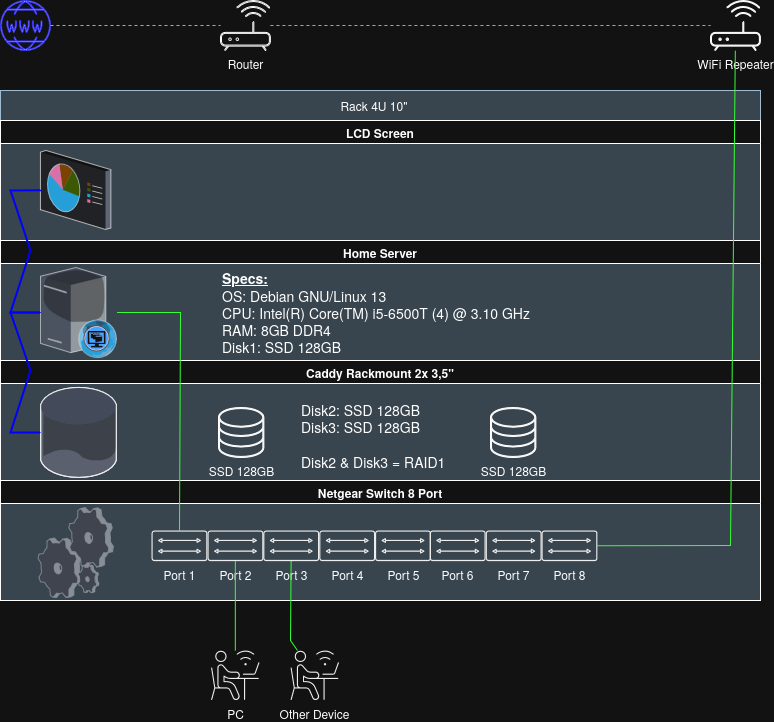
Knuspii/home-server keeps this draw.io diagram as assets/HomeLab.drawio.png. Above is the earlier version. Source tidied: cells renumbered, new cells last; positions are measured from the earlier drawing's top-left corner, leaving out a move shared by most shapes. Source of this version:
```xml
<mxGraphModel>
  <root>
    <mxCell id="0" />
    <mxCell id="1" parent="0" />
    <mxCell id="2" style="rounded=0;whiteSpace=wrap;html=1;fillColor=#bac8d3;strokeColor=#23445d;" parent="1" vertex="1">
      <mxGeometry y="90" width="760" height="510" as="geometry" />
    </mxCell>
    <mxCell id="3" value="Router" style="sketch=0;verticalLabelPosition=bottom;sketch=0;html=1;verticalAlign=top;align=center;outlineConnect=0;shape=mxgraph.citrix2.wifi_router;" parent="1" vertex="1">
      <mxGeometry x="220" width="49.9" height="50" as="geometry" />
    </mxCell>
    <mxCell id="4" value="WiFi Repeater" style="sketch=0;verticalLabelPosition=bottom;sketch=0;html=1;verticalAlign=top;strokeColor=light-dark(transparent,#FFFFFF);fillColor=#000000;align=center;outlineConnect=0;shape=mxgraph.citrix2.wifi_router;" parent="1" vertex="1">
      <mxGeometry x="710.1" width="49.9" height="50" as="geometry" />
    </mxCell>
    <mxCell id="5" style="group;" parent="1" vertex="1">
      <mxGeometry x="151" y="530" width="446" height="50" as="geometry" />
    </mxCell>
    <mxCell id="6" value="Port 1" style="sketch=0;verticalLabelPosition=bottom;sketch=0;html=1;verticalAlign=top;strokeColor=none;fillColor=#000000;align=center;outlineConnect=0;shape=mxgraph.citrix2.bridge;" parent="5" vertex="1">
      <mxGeometry width="55.9" height="30.5" as="geometry" />
    </mxCell>
    <mxCell id="7" value="Port 2" style="sketch=0;verticalLabelPosition=bottom;sketch=0;html=1;verticalAlign=top;strokeColor=none;fillColor=#000000;align=center;outlineConnect=0;shape=mxgraph.citrix2.bridge;" parent="5" vertex="1">
      <mxGeometry x="55.9" width="55.9" height="30.5" as="geometry" />
    </mxCell>
    <mxCell id="8" value="Port 3" style="sketch=0;verticalLabelPosition=bottom;sketch=0;html=1;verticalAlign=top;strokeColor=none;fillColor=#000000;align=center;outlineConnect=0;shape=mxgraph.citrix2.bridge;" parent="5" vertex="1">
      <mxGeometry x="111.8" width="55.9" height="30.5" as="geometry" />
    </mxCell>
    <mxCell id="9" value="Port 4" style="sketch=0;verticalLabelPosition=bottom;sketch=0;html=1;verticalAlign=top;strokeColor=none;fillColor=#000000;align=center;shape=mxgraph.citrix2.bridge;" parent="5" vertex="1">
      <mxGeometry x="167.7" width="55.9" height="30.5" as="geometry" />
    </mxCell>
    <mxCell id="10" value="Port 5" style="sketch=0;verticalLabelPosition=bottom;sketch=0;html=1;verticalAlign=top;strokeColor=none;fillColor=#000000;align=center;shape=mxgraph.citrix2.bridge;" parent="5" vertex="1">
      <mxGeometry x="223.6" width="55.9" height="30.5" as="geometry" />
    </mxCell>
    <mxCell id="11" value="Port 6" style="sketch=0;verticalLabelPosition=bottom;sketch=0;html=1;verticalAlign=top;strokeColor=none;fillColor=#000000;align=center;shape=mxgraph.citrix2.bridge;" parent="5" vertex="1">
      <mxGeometry x="278.3" width="55.9" height="30.5" as="geometry" />
    </mxCell>
    <mxCell id="12" value="Port 7" style="sketch=0;verticalLabelPosition=bottom;sketch=0;html=1;verticalAlign=top;strokeColor=none;fillColor=#000000;align=center;shape=mxgraph.citrix2.bridge;" parent="5" vertex="1">
      <mxGeometry x="334.2" width="55.9" height="30.5" as="geometry" />
    </mxCell>
    <mxCell id="13" value="Port 8" style="sketch=0;verticalLabelPosition=bottom;sketch=0;html=1;verticalAlign=top;strokeColor=none;fillColor=#000000;align=center;outlineConnect=0;shape=mxgraph.citrix2.bridge;" parent="5" vertex="1">
      <mxGeometry x="390.1" width="55.9" height="30.5" as="geometry" />
    </mxCell>
    <mxCell id="14" value="Netgear Switch 8 Port" style="swimlane;whiteSpace=wrap;html=1;" parent="1" vertex="1">
      <mxGeometry y="480" width="760" height="120" as="geometry" />
    </mxCell>
    <mxCell id="15" style="verticalLabelPosition=bottom;sketch=0;html=1;verticalAlign=top;strokeColor=none;align=center;shape=mxgraph.citrix.process;" parent="14" vertex="1">
      <mxGeometry x="37.5" y="27" width="75.5" height="90" as="geometry" />
    </mxCell>
    <mxCell id="16" value="Caddy Rackmount&amp;nbsp;2x 3,5&quot;" style="swimlane;whiteSpace=wrap;html=1;" parent="1" vertex="1">
      <mxGeometry y="360" width="760" height="120" as="geometry" />
    </mxCell>
    <mxCell id="17" style="verticalLabelPosition=bottom;sketch=0;html=1;verticalAlign=top;strokeColor=none;align=center;outlineConnect=0;shape=mxgraph.citrix.database;" parent="16" vertex="1">
      <mxGeometry x="40" y="27" width="76.5" height="90" as="geometry" />
    </mxCell>
    <mxCell id="18" value="SSD 128GB" style="sketch=0;verticalLabelPosition=bottom;sketch=0;html=1;verticalAlign=top;strokeColor=light-dark(transparent,#FFFFFF);fillColor=#000000;align=center;shape=mxgraph.citrix2.site_database;" parent="16" vertex="1">
      <mxGeometry x="218" y="47" width="45.4" height="50" as="geometry" />
    </mxCell>
    <mxCell id="19" value="SSD 128GB" style="sketch=0;verticalLabelPosition=bottom;sketch=0;html=1;verticalAlign=top;strokeColor=light-dark(transparent,#FFFFFF);fillColor=#000000;align=center;shape=mxgraph.citrix2.site_database;" parent="16" vertex="1">
      <mxGeometry x="490" y="47" width="45.4" height="50" as="geometry" />
    </mxCell>
    <mxCell id="20" value="&lt;div align=&quot;left&quot;&gt;&lt;font style=&quot;font-size: 14px;&quot;&gt;Disk2: SSD 128GB&lt;br&gt;Disk3: SSD 128GB&lt;br&gt;&lt;br&gt;Disk2 &amp;amp; Disk3 = RAID1&lt;/font&gt;&lt;/div&gt;" style="text;html=1;whiteSpace=wrap;strokeColor=none;fillColor=none;align=left;verticalAlign=middle;rounded=0;" parent="16" vertex="1">
      <mxGeometry x="299" y="30" width="150" height="90" as="geometry" />
    </mxCell>
    <mxCell id="21" value="Home Server" style="swimlane;whiteSpace=wrap;html=1;" parent="1" vertex="1">
      <mxGeometry y="240" width="760" height="120" as="geometry" />
    </mxCell>
    <mxCell id="22" style="verticalLabelPosition=bottom;sketch=0;html=1;verticalAlign=top;strokeColor=none;align=center;outlineConnect=0;shape=mxgraph.citrix.desktop_web;" parent="21" vertex="1">
      <mxGeometry x="40" y="27" width="76.5" height="90" as="geometry" />
    </mxCell>
    <mxCell id="23" value="&lt;div align=&quot;left&quot;&gt;&lt;font style=&quot;font-size: 14px;&quot;&gt;&lt;b&gt;&lt;u&gt;Specs:&lt;/u&gt;&lt;/b&gt;&lt;br&gt;OS: Debian GNU/Linux 13&lt;br&gt;CPU: Intel(R) Core(TM) i5-6500T (4) @ 3.10 GHz&lt;br&gt;RAM: 8GB DDR4&lt;br&gt;&lt;/font&gt;&lt;font style=&quot;font-size: 14px;&quot;&gt;Disk1: SSD 128GB&lt;/font&gt;&lt;/div&gt;" style="text;html=1;whiteSpace=wrap;strokeColor=none;fillColor=none;align=left;verticalAlign=middle;rounded=0;" parent="21" vertex="1">
      <mxGeometry x="220" y="24" width="320" height="96" as="geometry" />
    </mxCell>
    <mxCell id="24" value="LCD Screen" style="swimlane;whiteSpace=wrap;html=1;" parent="1" vertex="1">
      <mxGeometry y="120" width="760" height="120" as="geometry" />
    </mxCell>
    <mxCell id="25" style="verticalLabelPosition=bottom;sketch=0;html=1;verticalAlign=top;strokeColor=none;align=center;outlineConnect=0;shape=mxgraph.citrix.reporting;" parent="24" vertex="1">
      <mxGeometry x="40" y="30" width="70.4" height="79" as="geometry" />
    </mxCell>
    <mxCell id="26" style="sketch=0;verticalLabelPosition=bottom;sketch=0;html=1;verticalAlign=top;strokeColor=light-dark(#000000,#3333FF);fillColor=#000000;align=center;outlineConnect=0;shape=mxgraph.citrix2.internet;" parent="1" vertex="1">
      <mxGeometry width="50" height="50" as="geometry" />
    </mxCell>
    <mxCell id="27" value="Other Device" style="sketch=0;verticalLabelPosition=bottom;sketch=0;html=1;verticalAlign=top;strokeColor=none;fillColor=#000000;align=center;outlineConnect=0;shape=mxgraph.citrix2.external_users;" parent="1" vertex="1">
      <mxGeometry x="290" y="650" width="48.4" height="50" as="geometry" />
    </mxCell>
    <mxCell id="28" value="PC" style="sketch=0;verticalLabelPosition=bottom;sketch=0;html=1;verticalAlign=top;strokeColor=none;fillColor=#000000;align=center;outlineConnect=0;shape=mxgraph.citrix2.external_users;" parent="1" vertex="1">
      <mxGeometry x="210.6" y="650" width="48.4" height="50" as="geometry" />
    </mxCell>
    <mxCell id="29" style="endArrow=none;dashed=1;html=1;rounded=0;strokeColor=light-dark(#000000,#33FF33);" parent="1" edge="1" source="26" target="3">
      <mxGeometry relative="1" as="geometry" />
    </mxCell>
    <mxCell id="30" style="endArrow=none;html=1;rounded=0;strokeColor=light-dark(#000000,#33FF33);" parent="1" edge="1" source="13" target="4">
      <mxGeometry relative="1" as="geometry">
        <Array as="points">
          <mxPoint x="730" y="545" />
        </Array>
      </mxGeometry>
    </mxCell>
    <mxCell id="31" style="endArrow=none;html=1;rounded=0;strokeColor=light-dark(#000000,#33FF33);" parent="1" edge="1" source="6" target="22">
      <mxGeometry relative="1" as="geometry">
        <Array as="points">
          <mxPoint x="180" y="312" />
        </Array>
      </mxGeometry>
    </mxCell>
    <mxCell id="32" style="endArrow=none;dashed=1;html=1;rounded=0;strokeColor=light-dark(#000000,#33FF33);" parent="1" edge="1" source="3" target="4">
      <mxGeometry relative="1" as="geometry" />
    </mxCell>
    <mxCell id="33" style="endArrow=none;html=1;strokeWidth=2;rounded=0;strokeColor=light-dark(#000000,#0000FF);" parent="1" edge="1" source="25" target="22">
      <mxGeometry relative="1" as="geometry">
        <Array as="points">
          <mxPoint x="10" y="190" />
          <mxPoint x="30" y="250" />
          <mxPoint x="10" y="312" />
        </Array>
      </mxGeometry>
    </mxCell>
    <mxCell id="34" style="endArrow=none;html=1;strokeWidth=2;rounded=0;strokeColor=light-dark(#000000,#0000FF);" parent="1" edge="1" source="22" target="17">
      <mxGeometry relative="1" as="geometry">
        <Array as="points">
          <mxPoint x="10" y="312" />
          <mxPoint x="30" y="370" />
          <mxPoint x="10" y="432" />
        </Array>
      </mxGeometry>
    </mxCell>
    <mxCell id="35" style="endArrow=none;html=1;rounded=0;strokeColor=light-dark(#000000,#33FF33);" parent="1" edge="1" source="7" target="28">
      <mxGeometry relative="1" as="geometry" />
    </mxCell>
    <mxCell id="36" style="endArrow=none;html=1;rounded=0;strokeColor=light-dark(#000000,#33FF33);" parent="1" edge="1" source="8" target="27">
      <mxGeometry relative="1" as="geometry">
        <Array as="points">
          <mxPoint x="290" y="640" />
        </Array>
      </mxGeometry>
    </mxCell>
    <mxCell id="37" value="Rack 4U 10&quot;" style="text;html=1;whiteSpace=wrap;strokeColor=none;fillColor=none;align=center;verticalAlign=middle;rounded=0;" parent="1" vertex="1">
      <mxGeometry x="316" y="90" width="116" height="30" as="geometry" />
    </mxCell>
  </root>
</mxGraphModel>
```
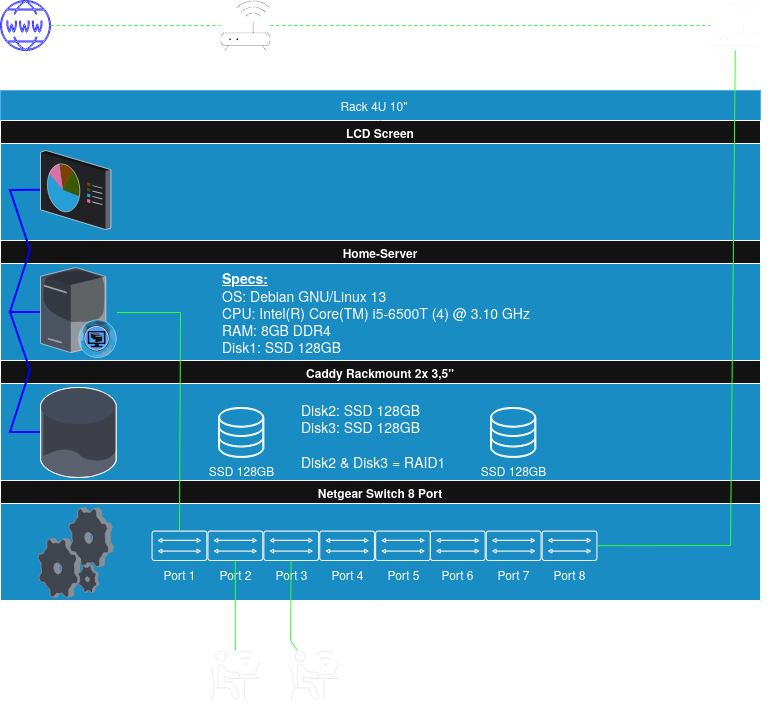
The same file after the commit.

Change to the diagram source:
```diff
@@ -2,7 +2,7 @@
   <root>
     <mxCell id="0" />
     <mxCell id="1" parent="0" />
-    <mxCell id="2" style="rounded=0;whiteSpace=wrap;html=1;fillColor=#bac8d3;strokeColor=#23445d;" parent="1" vertex="1">
+    <mxCell id="2" style="rounded=0;whiteSpace=wrap;html=1;fillColor=#1ba1e2;strokeColor=#006EAF;fontColor=#ffffff;" parent="1" vertex="1">
       <mxGeometry y="90" width="760" height="510" as="geometry" />
     </mxCell>
     <mxCell id="3" value="Router" style="sketch=0;verticalLabelPosition=bottom;sketch=0;html=1;verticalAlign=top;align=center;outlineConnect=0;shape=mxgraph.citrix2.wifi_router;" parent="1" vertex="1">
@@ -59,7 +59,7 @@
     <mxCell id="20" value="&lt;div align=&quot;left&quot;&gt;&lt;font style=&quot;font-size: 14px;&quot;&gt;Disk2: SSD 128GB&lt;br&gt;Disk3: SSD 128GB&lt;br&gt;&lt;br&gt;Disk2 &amp;amp; Disk3 = RAID1&lt;/font&gt;&lt;/div&gt;" style="text;html=1;whiteSpace=wrap;strokeColor=none;fillColor=none;align=left;verticalAlign=middle;rounded=0;" parent="16" vertex="1">
       <mxGeometry x="299" y="30" width="150" height="90" as="geometry" />
     </mxCell>
-    <mxCell id="21" value="Home Server" style="swimlane;whiteSpace=wrap;html=1;" parent="1" vertex="1">
+    <mxCell id="21" value="Home-Server" style="swimlane;whiteSpace=wrap;html=1;" parent="1" vertex="1">
       <mxGeometry y="240" width="760" height="120" as="geometry" />
     </mxCell>
     <mxCell id="22" style="verticalLabelPosition=bottom;sketch=0;html=1;verticalAlign=top;strokeColor=none;align=center;outlineConnect=0;shape=mxgraph.citrix.desktop_web;" parent="21" vertex="1">
```
